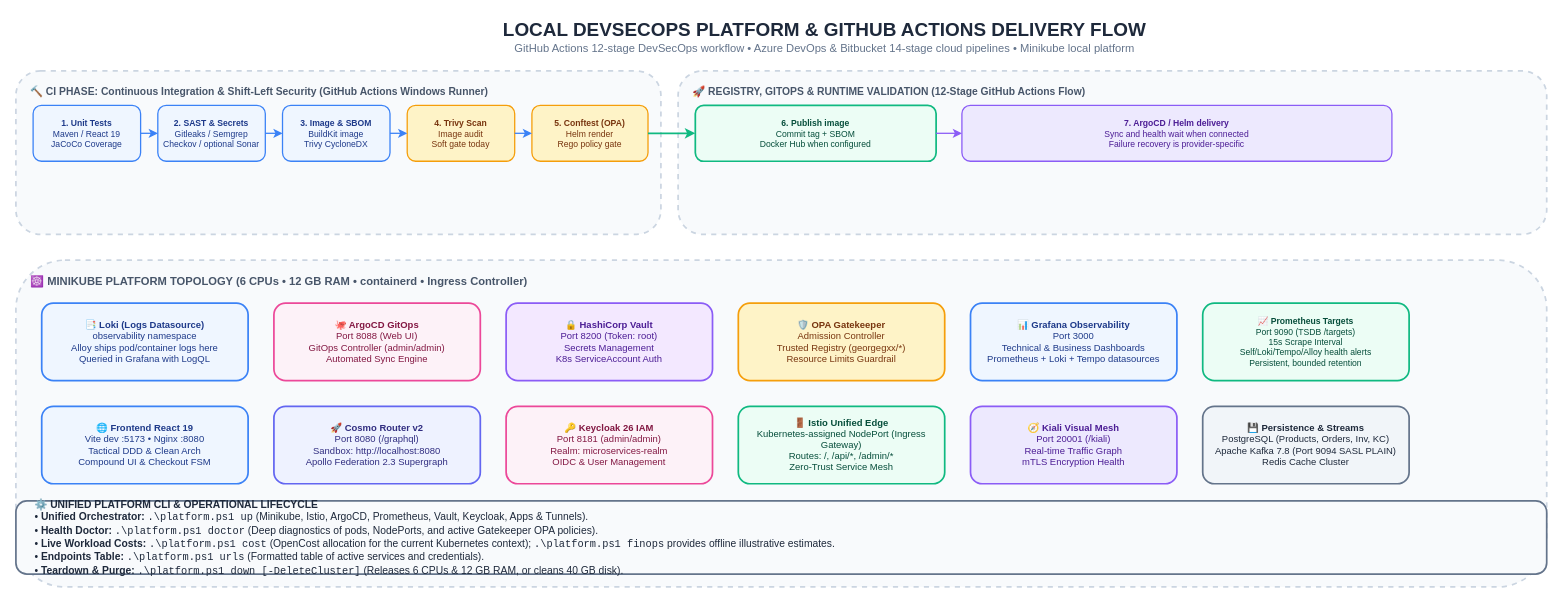
The draw.io diagram page "9. Local DevSecOps Platform & GitHub Actions Delivery" (9 of 12) of docs/Diagrams.drawio in GeorgeGxx/microservices-architecture, before the edit. Source tidied: cells renumbered, new cells numbered last; positions are measured from the earlier drawing's top-left corner, leaving out a move shared by most shapes. Both pictures are drawn from the tidied source at 86%, with x=0, y=0 at pixel (15, 15).
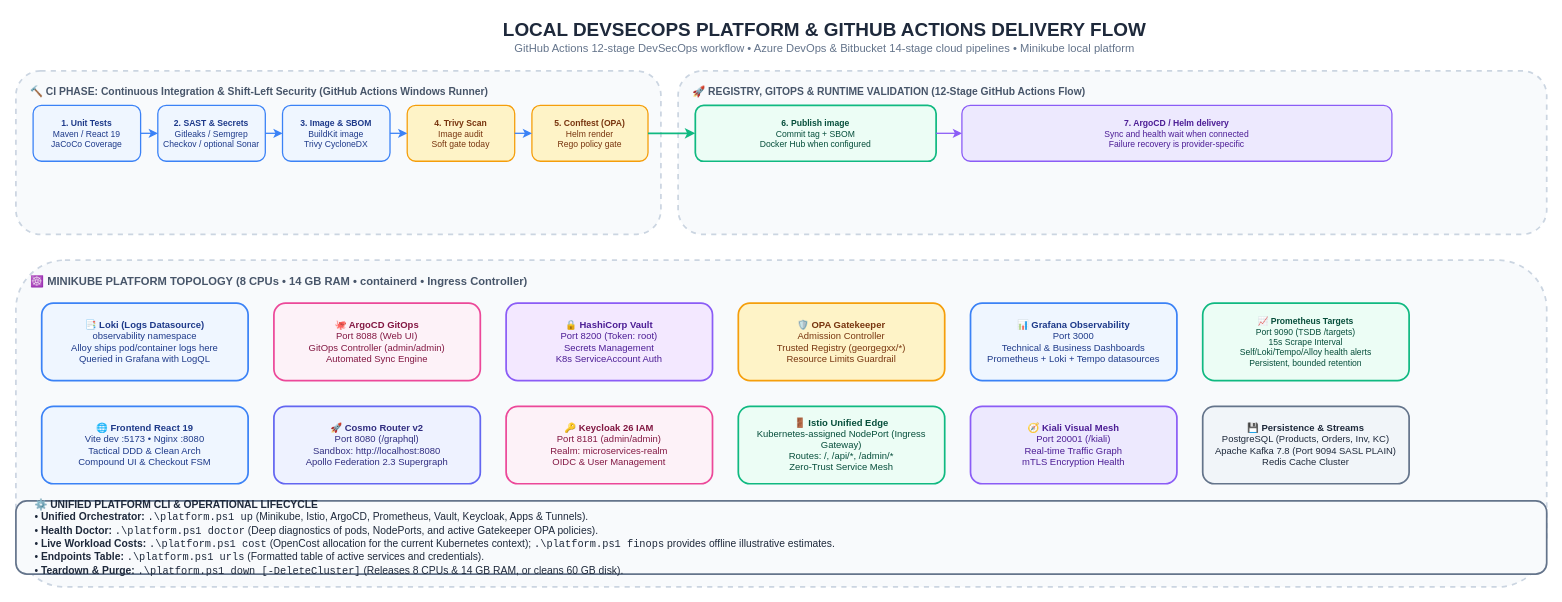
Above is the later version.

Commit message (it also covers changes not shown here):
docs: align recommended local hardware resources to 8 CPUs, 14 GB RAM, and 60 GB disk across README, docs, and architecture diagrams

The edit, as a diff of the source:
```diff
@@
-    <mxCell id="18" value="&lt;b&gt;☸️ MINIKUBE PLATFORM TOPOLOGY (6 CPUs • 12 GB RAM • containerd • Ingress Controller)&lt;/b&gt;" style="rounded=1;whiteSpace=wrap;html=1;fillColor=#F8FAFC;strokeColor=#CBD5E1;strokeWidth=2;verticalAlign=top;align=left;spacingLeft=15;spacingTop=10;fontColor=#475569;fontSize=13;dashed=1;" parent="1" vertex="1">
+    <mxCell id="18" value="&lt;b&gt;☸️ MINIKUBE PLATFORM TOPOLOGY (8 CPUs • 14 GB RAM • containerd • Ingress Controller)&lt;/b&gt;" style="rounded=1;whiteSpace=wrap;html=1;fillColor=#F8FAFC;strokeColor=#CBD5E1;strokeWidth=2;verticalAlign=top;align=left;spacingLeft=15;spacingTop=10;fontColor=#475569;fontSize=13;dashed=1;" parent="1" vertex="1">
       <mxGeometry y="285" width="1780" height="380" as="geometry" />
     </mxCell>
@@
-    <mxCell id="31" value="&lt;b&gt;⚙️ UNIFIED PLATFORM CLI &amp; OPERATIONAL LIFECYCLE&lt;/b&gt;&lt;br&gt;• &lt;b&gt;Unified Orchestrator:&lt;/b&gt; &lt;code&gt;.\platform.ps1 up&lt;/code&gt; (Minikube, Istio, ArgoCD, Prometheus, Vault, Keycloak, Apps &amp; Tunnels).&lt;br&gt;• &lt;b&gt;Health Doctor:&lt;/b&gt; &lt;code&gt;.\platform.ps1 doctor&lt;/code&gt; (Deep diagnostics of pods, NodePorts, and active Gatekeeper OPA policies).&lt;br&gt;• &lt;b&gt;Live Workload Costs:&lt;/b&gt; &lt;code&gt;.\platform.ps1 cost&lt;/code&gt; (OpenCost allocation for the current Kubernetes context); &lt;code&gt;.\platform.ps1 finops&lt;/code&gt; provides offline illustrative estimates.&lt;br&gt;• &lt;b&gt;Endpoints Table:&lt;/b&gt; &lt;code&gt;.\platform.ps1 urls&lt;/code&gt; (Formatted table of active services and credentials).&lt;br&gt;• &lt;b&gt;Teardown &amp; Purge:&lt;/b&gt; &lt;code&gt;.\platform.ps1 down [-DeleteCluster]&lt;/code&gt; (Releases 6 CPUs &amp; 12 GB RAM, or cleans 40 GB disk)." style="rounded=1;whiteSpace=wrap;html=1;fillColor=#F8FAFC;strokeColor=#64748B;strokeWidth=2;fontColor=#1E293B;fontSize=12;align=left;spacingLeft=20;" parent="1" vertex="1">
+    <mxCell id="31" value="&lt;b&gt;⚙️ UNIFIED PLATFORM CLI &amp; OPERATIONAL LIFECYCLE&lt;/b&gt;&lt;br&gt;• &lt;b&gt;Unified Orchestrator:&lt;/b&gt; &lt;code&gt;.\platform.ps1 up&lt;/code&gt; (Minikube, Istio, ArgoCD, Prometheus, Vault, Keycloak, Apps &amp; Tunnels).&lt;br&gt;• &lt;b&gt;Health Doctor:&lt;/b&gt; &lt;code&gt;.\platform.ps1 doctor&lt;/code&gt; (Deep diagnostics of pods, NodePorts, and active Gatekeeper OPA policies).&lt;br&gt;• &lt;b&gt;Live Workload Costs:&lt;/b&gt; &lt;code&gt;.\platform.ps1 cost&lt;/code&gt; (OpenCost allocation for the current Kubernetes context); &lt;code&gt;.\platform.ps1 finops&lt;/code&gt; provides offline illustrative estimates.&lt;br&gt;• &lt;b&gt;Endpoints Table:&lt;/b&gt; &lt;code&gt;.\platform.ps1 urls&lt;/code&gt; (Formatted table of active services and credentials).&lt;br&gt;• &lt;b&gt;Teardown &amp; Purge:&lt;/b&gt; &lt;code&gt;.\platform.ps1 down [-DeleteCluster]&lt;/code&gt; (Releases 8 CPUs &amp; 14 GB RAM, or cleans 60 GB disk)." style="rounded=1;whiteSpace=wrap;html=1;fillColor=#F8FAFC;strokeColor=#64748B;strokeWidth=2;fontColor=#1E293B;fontSize=12;align=left;spacingLeft=20;" parent="1" vertex="1">
       <mxGeometry y="565" width="1780" height="85" as="geometry" />
     </mxCell>
```
